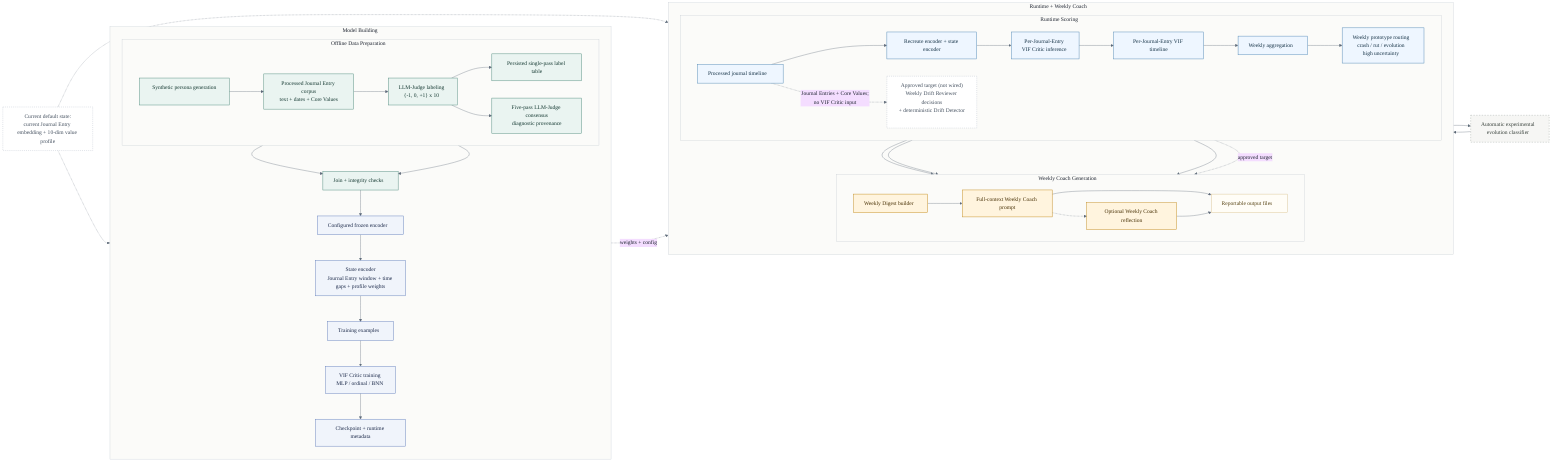
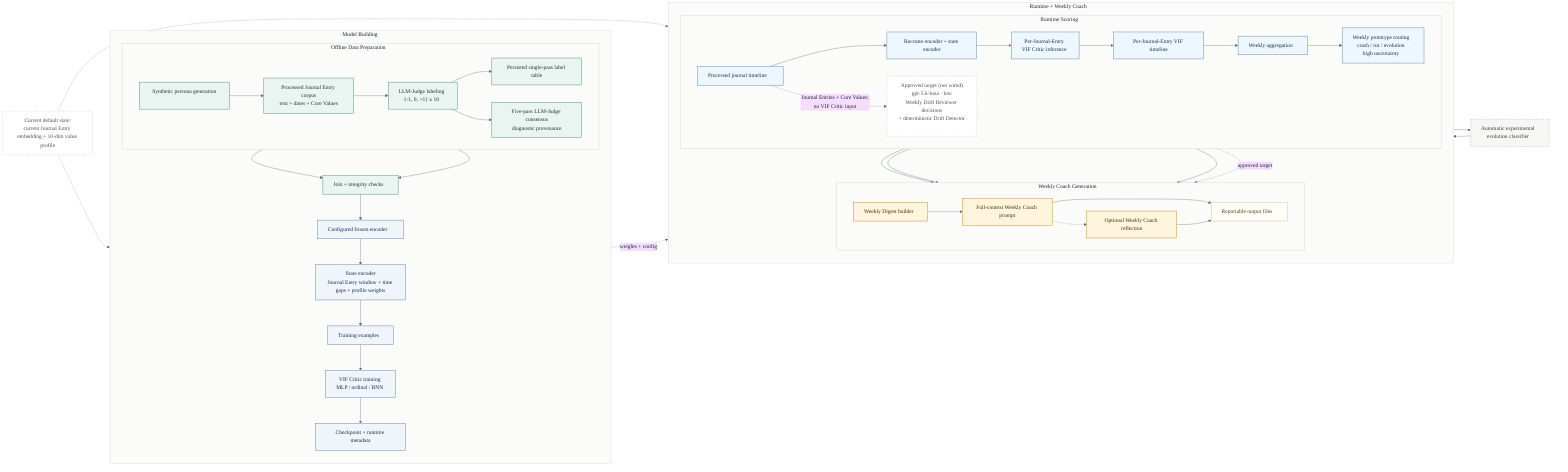
%%{init: {
  'theme': 'base',
  'themeVariables': {
    'fontFamily': 'Aptos, Calibri, Arial, sans-serif',
    'background': '#FFFFFF',
    'lineColor': '#5F6B7A',
    'primaryTextColor': '#1E2430',
    'secondaryTextColor': '#1E2430',
    'tertiaryTextColor': '#1E2430',
    'clusterBkg': '#FBFBF9',
    'clusterBorder': '#C7CDD4'
  }
}}%%
flowchart LR
    classDef prep fill:#EAF4F1,stroke:#4E8A7C,color:#143831,stroke-width:1.3px;
    classDef train fill:#F0F4FB,stroke:#607DBA,color:#1C2A4A,stroke-width:1.3px;
    classDef run fill:#EEF6FF,stroke:#4F86B3,color:#153246,stroke-width:1.3px;
    classDef coach fill:#FFF4DE,stroke:#C28A1B,color:#473004,stroke-width:1.3px;
    classDef optional fill:#F6F6F4,stroke:#9AA39D,color:#38413B,stroke-dasharray: 4 4,stroke-width:1.1px;
    classDef artifact fill:#FFFDF7,stroke:#D3B980,color:#564212,stroke-width:1.1px;
    classDef note fill:#FFFFFF,stroke:#AAB4C2,color:#44505F,stroke-dasharray: 3 3;

    subgraph build_lane["Model Building"]
        direction TB
        subgraph prep_lane["Offline Data Preparation"]
            direction LR
            generator["Synthetic persona generation"]
            wrangled["Processed Journal Entry corpus<br/>text + dates + Core Values"]
            judge["LLM-Judge labeling<br/>{-1, 0, +1} x 10"]
            labels["Persisted single-pass label table"]
            consensus["Five-pass LLM-Judge consensus<br/>diagnostic provenance"]
            generator --> wrangled --> judge --> labels
            judge --> consensus
        end

        merge["Join + integrity checks"]
        encoder_train["Configured frozen encoder"]
        state_train["State encoder<br/>Journal Entry window + time gaps + profile weights"]
        samples["Training examples"]
        critic_train["VIF Critic training<br/>MLP / ordinal / BNN"]
        checkpoint["Checkpoint + runtime metadata"]

        wrangled --> merge
        labels --> merge
        merge --> encoder_train --> state_train --> samples --> critic_train --> checkpoint
    end

    subgraph product_lane["Runtime + Weekly Coach"]
        direction TB
        subgraph run_lane["Runtime Scoring"]
            direction LR
            runtime_input["Processed journal timeline"]
            state_runtime["Recreate encoder + state encoder"]
            critic["Per-Journal-Entry<br/>VIF Critic inference"]
            timeline["Per-Journal-Entry VIF timeline"]
            weekly["Weekly aggregation"]
            drift["Weekly prototype routing<br/>crash / rut / evolution<br/>high uncertainty"]
-             drift_v1["Approved target (not wired)<br/>Weekly Drift Reviewer decisions<br/>+ deterministic Drift Detector"]
+             drift_v1["Approved target (not wired)<br/>gpt-5.6-luna · low<br/>Weekly Drift Reviewer decisions<br/>+ deterministic Drift Detector"]
            runtime_input --> state_runtime --> critic --> timeline --> weekly --> drift
        end

        subgraph coach_lane["Weekly Coach Generation"]
            direction LR
            digest["Weekly Digest builder"]
            prompt["Full-context Weekly Coach prompt"]
            narrative["Optional Weekly Coach reflection"]
            exports["Reportable output files"]
            digest --> prompt
            prompt -.-> narrative
            prompt --> exports
            narrative --> exports
        end
    end

    checkpoint -. "weights + config" .-> state_runtime
    runtime_input --> digest
    weekly --> digest
    drift --> digest
    runtime_input -. "Journal Entries + Core Values;<br/>no VIF Critic input" .-> drift_v1
    drift_v1 -. "approved target" .-> digest

    evolution["Automatic experimental<br/>evolution classifier"]
    weekly --> evolution --> drift

    state_note["Current default state:<br/>current Journal Entry embedding + 10-dim value profile"]
    state_note -.-> state_train
    state_note -.-> state_runtime

    class generator,wrangled,judge,labels,consensus,merge prep;
    class encoder_train,state_train,samples,critic_train,checkpoint train;
    class runtime_input,state_runtime,critic,timeline,weekly,drift run;
    class digest,prompt,narrative coach;
    class evolution optional;
    class exports artifact;
    class state_note,drift_v1 note;
